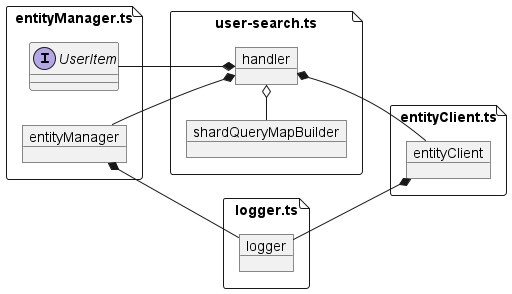
Above: assets/handler.png in karmaniverous/entity-manager-demo (PlantUML), before the change.
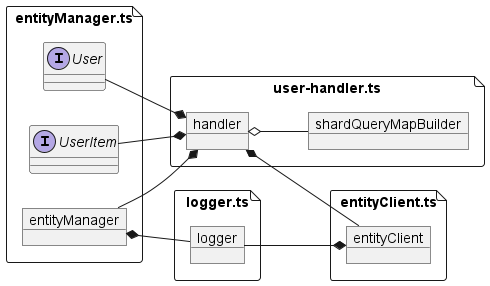
Above is the later version.

Change to the diagram source:
```diff
@@ -9,6 +9,7 @@
 }
 
 file "entityManager.ts" as entityManagerTs {
+    interface User
     interface UserItem
     object entityManager
 }
@@ -19,16 +20,17 @@
     logger --* entityClient
 }
 
-file "user-search.ts" as searchTs {
+file "user-handler.ts" as searchTs {
     object handler
 
+    User --* handler
+    UserItem --* handler
     entityManager --* handler
-    UserItem --* handler
     handler *-- entityClient
     entityManager *-- logger
 
     object shardQueryMapBuilder
-    shardQueryMapBuilder -o handler
+    handler o-- shardQueryMapBuilder
 }
 
 @enduml
```
